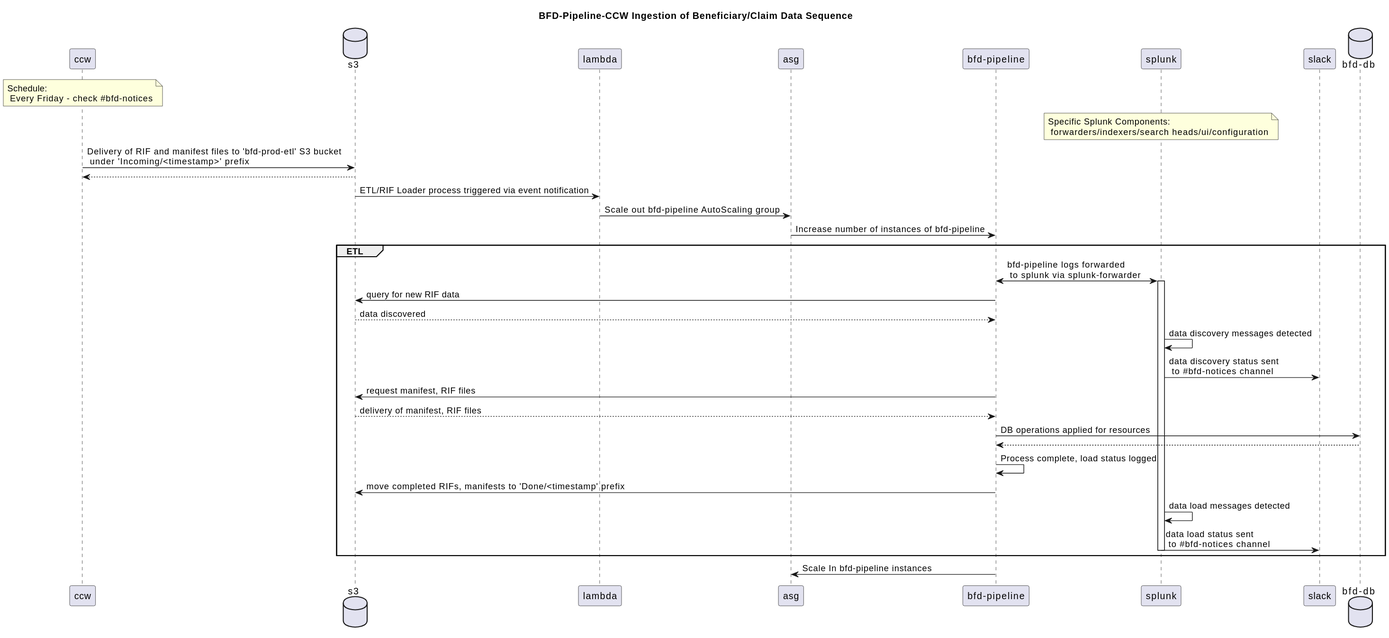
The PlantUML diagram docs/assets/fhir-resource-ingestion-digestion-diagrams/bfd-pipeline-ccw-ingestion.svg in CMSgov/beneficiary-fhir-data, before a commit.
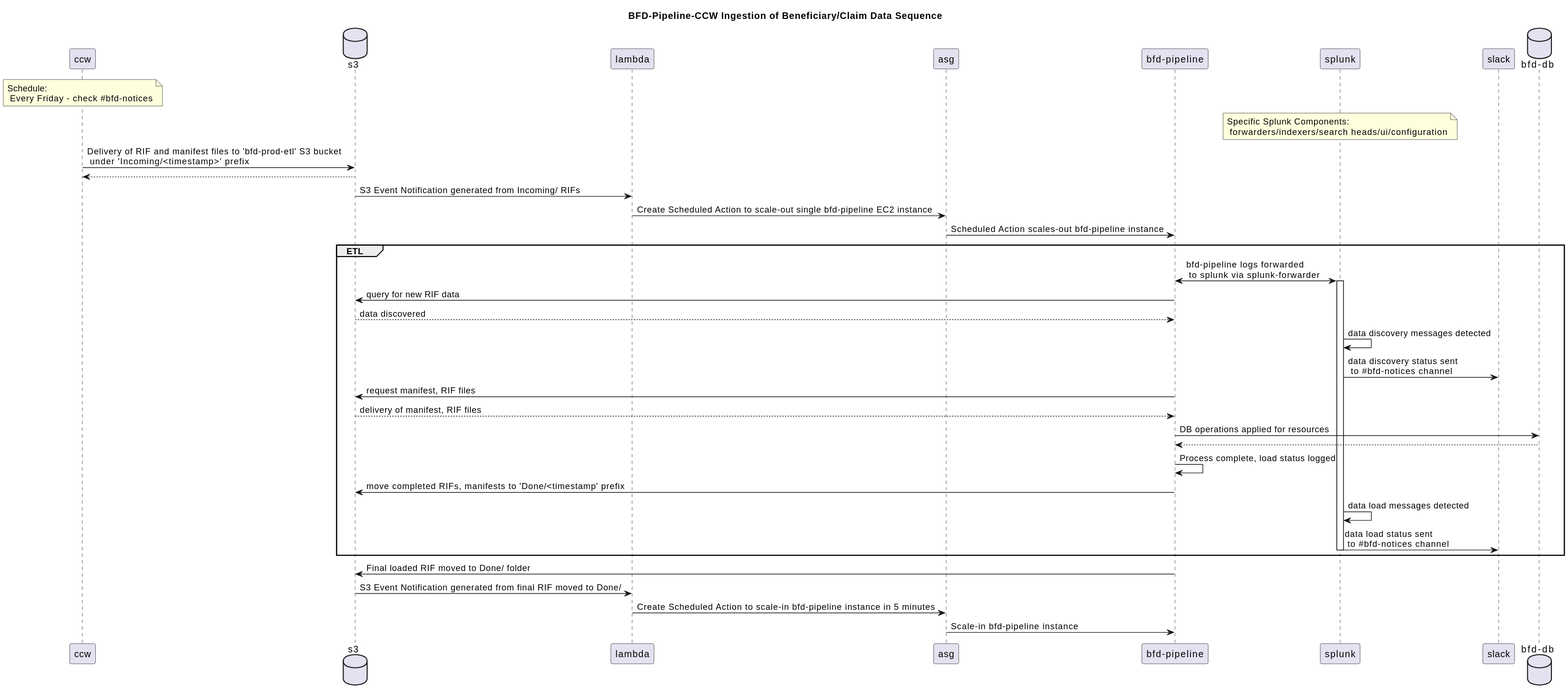
Above is the later version.

Commit message:
More granular update to signaling/trigger

What changed in the source:
```diff
@@ -12,9 +12,9 @@
 database "bfd-db"
 ccw -> s3: Delivery of RIF and manifest files to 'bfd-prod-etl' S3 bucket \n under 'Incoming/<timestamp>' prefix
 s3 --> ccw
-s3 -> "lambda": ETL/RIF Loader process triggered via event notification
-"lambda" -> "asg": Scale out  bfd-pipeline AutoScaling group
-"asg" -> "bfd-pipeline": Increase number of instances of bfd-pipeline
+s3 -> "lambda": S3 Event Notification generated from Incoming/ RIFs
+"lambda" -> "asg": Create Scheduled Action to scale-out single bfd-pipeline EC2 instance
+"asg" -> "bfd-pipeline": Scheduled Action scales-out bfd-pipeline instance
 group ETL
 "bfd-pipeline" <-> splunk: bfd-pipeline logs forwarded \n to splunk via splunk-forwarder
 activate splunk
@@ -32,5 +32,8 @@
 splunk -> slack: data load status sent \n to #bfd-notices channel
 deactivate splunk
 end
-"bfd-pipeline" -> "asg": Scale In bfd-pipeline instances
+"bfd-pipeline" -> s3: Final loaded RIF moved to Done/ folder
+s3 -> "lambda": S3 Event Notification generated from final RIF moved to Done/
+"lambda" -> "asg": Create Scheduled Action to scale-in bfd-pipeline instance in 5 minutes
+"asg" -> "bfd-pipeline": Scale-in bfd-pipeline instance
 @enduml
```
